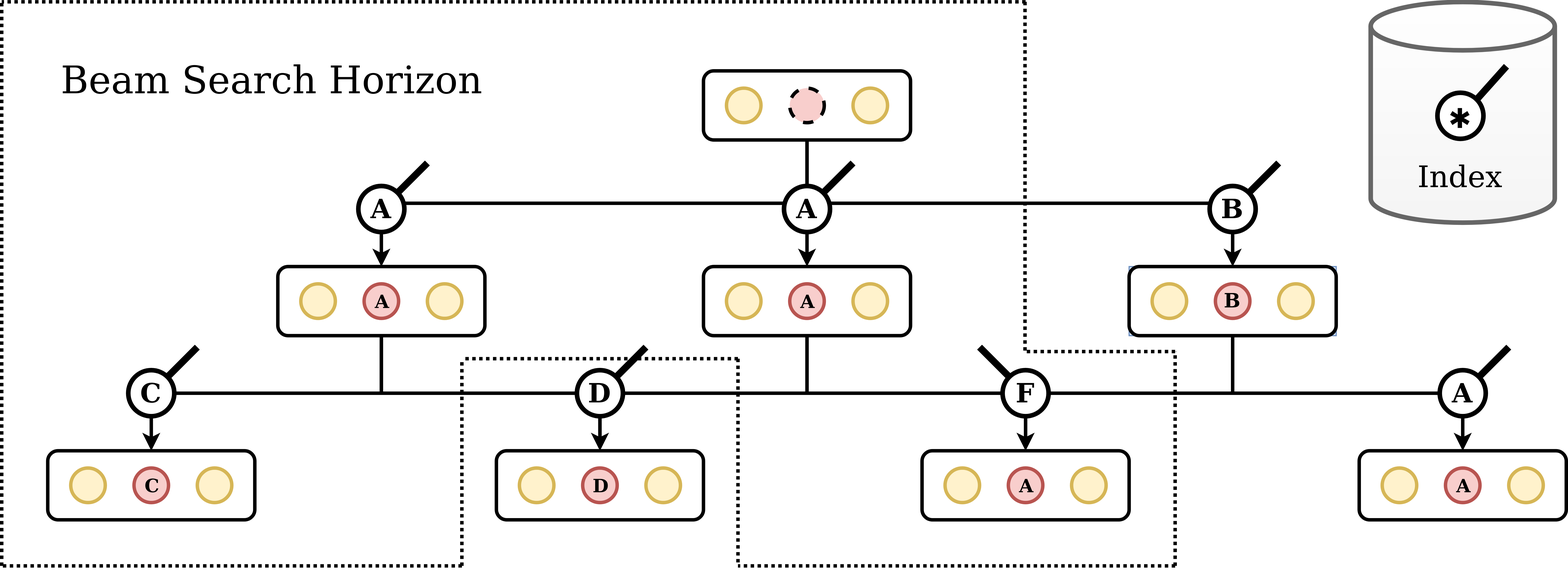
breandan/breandan keeps this draw.io diagram as paperwork/research_proposal/architecture.png. Above is the earlier version. Source tidied: cells renumbered, new cells last; positions are measured from the earlier drawing's top-left corner, leaving out a move shared by most shapes.
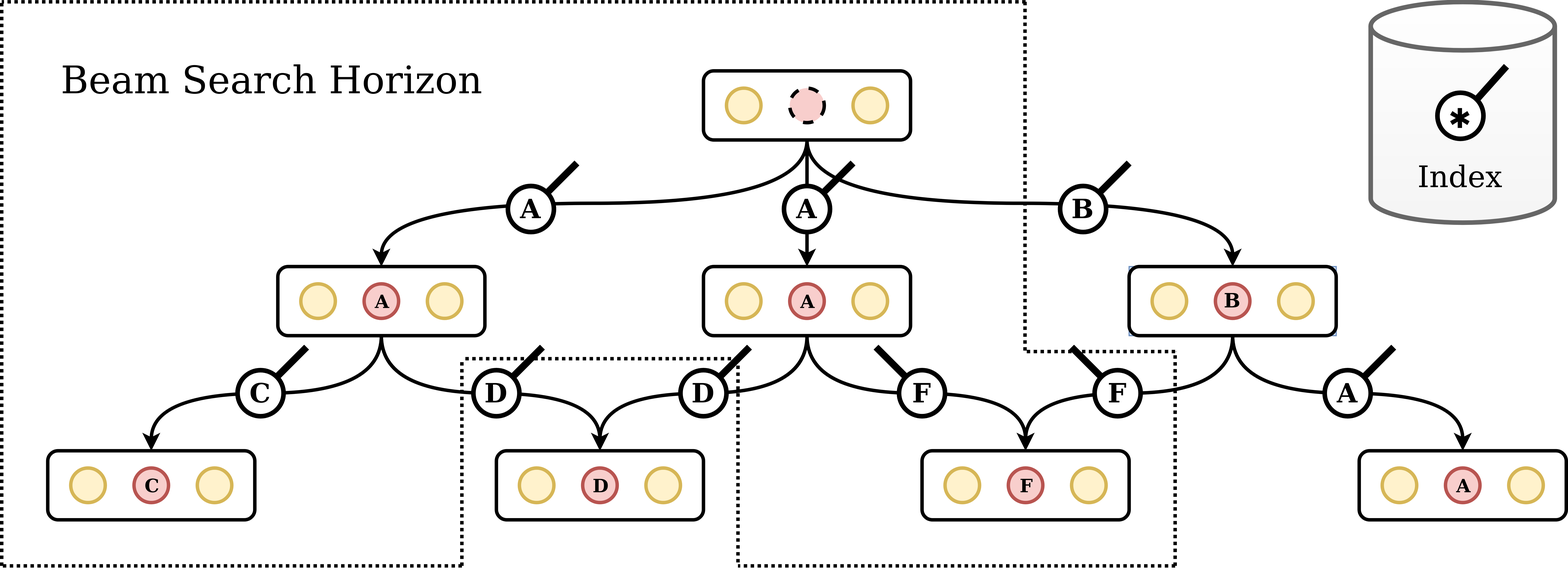
Above is the later version.

Commit message:
update architecture diagram

Diff of the diagram source:
```diff
@@ -62,44 +62,33 @@
     <mxCell id="21" style="ellipse;whiteSpace=wrap;html=1;strokeWidth=3;fillColor=#fff2cc;strokeColor=#d6b656;" parent="17" vertex="1">
       <mxGeometry x="130" y="15" width="30" height="30" as="geometry" />
     </mxCell>
-    <mxCell id="22" style="edgeStyle=orthogonalEdgeStyle;rounded=0;jettySize=auto;html=1;exitX=0.5;exitY=1;exitDx=0;exitDy=0;entryX=0.5;entryY=0;entryDx=0;entryDy=0;strokeWidth=3;" parent="1" edge="1" source="3" target="13">
+    <mxCell id="22" style="edgeStyle=orthogonalEdgeStyle;rounded=0;jettySize=auto;html=1;exitX=0.5;exitY=1;exitDx=0;exitDy=0;entryX=0.5;entryY=0;entryDx=0;entryDy=0;strokeWidth=3;curved=1;" parent="1" edge="1" source="3" target="13">
       <mxGeometry relative="1" as="geometry" />
     </mxCell>
-    <mxCell id="23" style="edgeStyle=orthogonalEdgeStyle;rounded=0;jettySize=auto;html=1;exitX=0.5;exitY=1;exitDx=0;exitDy=0;entryX=0.5;entryY=0;entryDx=0;entryDy=0;strokeWidth=3;" parent="1" edge="1" source="3" target="18">
+    <mxCell id="23" style="edgeStyle=orthogonalEdgeStyle;rounded=0;jettySize=auto;html=1;exitX=0.5;exitY=1;exitDx=0;exitDy=0;entryX=0.5;entryY=0;entryDx=0;entryDy=0;strokeWidth=3;curved=1;" parent="1" edge="1" source="3" target="18">
       <mxGeometry relative="1" as="geometry" />
     </mxCell>
-    <mxCell id="24" style="edgeStyle=orthogonalEdgeStyle;rounded=0;jettySize=auto;html=1;exitX=0.5;exitY=1;exitDx=0;exitDy=0;entryX=0.5;entryY=0;entryDx=0;entryDy=0;strokeWidth=3;" parent="1" edge="1" source="3" target="8">
+    <mxCell id="24" style="edgeStyle=orthogonalEdgeStyle;rounded=0;jettySize=auto;html=1;exitX=0.5;exitY=1;exitDx=0;exitDy=0;entryX=0.5;entryY=0;entryDx=0;entryDy=0;strokeWidth=3;curved=1;" parent="1" edge="1" source="3" target="8">
       <mxGeometry relative="1" as="geometry" />
     </mxCell>
-    <mxCell id="25" style="edgeStyle=orthogonalEdgeStyle;rounded=0;jettySize=auto;html=1;exitX=0.5;exitY=1;exitDx=0;exitDy=0;strokeWidth=3;entryX=0.5;entryY=0;entryDx=0;entryDy=0;" parent="1" edge="1" source="8" target="43">
+    <mxCell id="25" style="edgeStyle=orthogonalEdgeStyle;rounded=0;jettySize=auto;html=1;exitX=0.5;exitY=1;exitDx=0;exitDy=0;strokeWidth=3;entryX=0.5;entryY=0;entryDx=0;entryDy=0;curved=1;" parent="1" edge="1" source="8" target="43">
       <mxGeometry relative="1" as="geometry" />
     </mxCell>
-    <mxCell id="26" style="edgeStyle=orthogonalEdgeStyle;rounded=0;jettySize=auto;html=1;exitX=0.5;exitY=1;exitDx=0;exitDy=0;strokeWidth=3;entryX=0.5;entryY=0;entryDx=0;entryDy=0;" parent="1" edge="1" source="18" target="53">
+    <mxCell id="26" style="edgeStyle=orthogonalEdgeStyle;rounded=0;jettySize=auto;html=1;exitX=0.5;exitY=1;exitDx=0;exitDy=0;strokeWidth=3;entryX=0.5;entryY=0;entryDx=0;entryDy=0;curved=1;" parent="1" edge="1" source="18" target="53">
       <mxGeometry relative="1" as="geometry" />
     </mxCell>
-    <mxCell id="27" style="edgeStyle=orthogonalEdgeStyle;rounded=0;jettySize=auto;html=1;exitX=0.5;exitY=1;exitDx=0;exitDy=0;strokeWidth=3;entryX=0.5;entryY=0;entryDx=0;entryDy=0;" parent="1" edge="1" source="13" target="43">
+    <mxCell id="27" style="edgeStyle=orthogonalEdgeStyle;rounded=0;jettySize=auto;html=1;exitX=0.5;exitY=1;exitDx=0;exitDy=0;strokeWidth=3;entryX=0.5;entryY=0;entryDx=0;entryDy=0;curved=1;" parent="1" edge="1" source="13" target="43">
       <mxGeometry relative="1" as="geometry" />
     </mxCell>
-    <mxCell id="28" style="edgeStyle=orthogonalEdgeStyle;rounded=0;jettySize=auto;html=1;exitX=0.5;exitY=1;exitDx=0;exitDy=0;strokeWidth=3;entryX=0.5;entryY=0;entryDx=0;entryDy=0;" parent="1" edge="1" source="13" target="53">
+    <mxCell id="28" style="edgeStyle=orthogonalEdgeStyle;rounded=0;jettySize=auto;html=1;exitX=0.5;exitY=1;exitDx=0;exitDy=0;strokeWidth=3;entryX=0.5;entryY=0;entryDx=0;entryDy=0;curved=1;" parent="1" edge="1" source="13" target="53">
       <mxGeometry relative="1" as="geometry" />
     </mxCell>
-    <mxCell id="29" style="edgeStyle=orthogonalEdgeStyle;rounded=0;jettySize=auto;html=1;exitX=0.5;exitY=1;exitDx=0;exitDy=0;strokeWidth=3;entryX=0.5;entryY=0;entryDx=0;entryDy=0;" parent="1" edge="1" source="8" target="48">
+    <mxCell id="29" style="edgeStyle=orthogonalEdgeStyle;rounded=0;jettySize=auto;html=1;exitX=0.5;exitY=1;exitDx=0;exitDy=0;strokeWidth=3;entryX=0.5;entryY=0;entryDx=0;entryDy=0;curved=1;" parent="1" edge="1" source="8" target="48">
       <mxGeometry relative="1" as="geometry" />
     </mxCell>
-    <mxCell id="30" style="edgeStyle=orthogonalEdgeStyle;rounded=0;jettySize=auto;html=1;exitX=0.5;exitY=1;exitDx=0;exitDy=0;strokeWidth=3;entryX=0.5;entryY=0;entryDx=0;entryDy=0;" parent="1" edge="1" source="18" target="66">
+    <mxCell id="30" style="edgeStyle=orthogonalEdgeStyle;rounded=0;jettySize=auto;html=1;exitX=0.5;exitY=1;exitDx=0;exitDy=0;strokeWidth=3;entryX=0.5;entryY=0;entryDx=0;entryDy=0;curved=1;" parent="1" edge="1" source="18" target="66">
       <mxGeometry relative="1" as="geometry" />
     </mxCell>
-    <mxCell id="31" style="group;" parent="1" vertex="1">
-      <mxGeometry x="310" y="160" width="60" height="60" as="geometry" />
-    </mxCell>
-    <mxCell id="32" value="&lt;b&gt;&lt;font style=&quot;font-size: 23px&quot; face=&quot;Tahoma&quot;&gt;A&lt;/font&gt;&lt;/b&gt;" style="ellipse;whiteSpace=wrap;html=1;strokeWidth=4;gradientDirection=north;" parent="31" vertex="1">
-      <mxGeometry width="40" height="40" as="geometry" />
-    </mxCell>
-    <mxCell id="33" style="edgeStyle=none;rounded=0;jettySize=auto;html=1;exitX=1;exitY=0;exitDx=0;exitDy=0;endArrow=none;endFill=0;strokeWidth=6;" parent="1" edge="1" source="32">
-      <mxGeometry relative="1" as="geometry">
-        <mxPoint x="370" y="140" as="targetPoint" />
-      </mxGeometry>
-    </mxCell>
     <mxCell id="34" style="group;" parent="1" vertex="1">
       <mxGeometry x="680" y="140" width="60" height="80" as="geometry" />
     </mxCell>
@@ -115,15 +104,18 @@
       </mxGeometry>
     </mxCell>
     <mxCell id="38" style="group;" parent="1" vertex="1">
-      <mxGeometry x="1050" y="140" width="60" height="80" as="geometry" />
+      <mxGeometry x="920" y="140" width="60" height="80" as="geometry" />
     </mxCell>
+    <mxCell id="94" style="group;" parent="38" vertex="1">
+      <mxGeometry width="60" height="80" as="geometry" />
+    </mxCell>
-    <mxCell id="39" style="group;" parent="38" vertex="1">
+    <mxCell id="39" style="group;" parent="94" vertex="1">
       <mxGeometry y="20" width="60" height="60" as="geometry" />
     </mxCell>
     <mxCell id="40" value="&lt;b&gt;&lt;font style=&quot;font-size: 23px&quot; face=&quot;Tahoma&quot;&gt;B&lt;/font&gt;&lt;/b&gt;" style="ellipse;whiteSpace=wrap;html=1;strokeWidth=4;gradientDirection=north;" parent="39" vertex="1">
       <mxGeometry width="40" height="40" as="geometry" />
     </mxCell>
-    <mxCell id="41" style="edgeStyle=none;rounded=0;jettySize=auto;html=1;exitX=1;exitY=0;exitDx=0;exitDy=0;endArrow=none;endFill=0;strokeWidth=6;" parent="38" edge="1" source="40">
+    <mxCell id="41" style="edgeStyle=none;rounded=0;jettySize=auto;html=1;exitX=1;exitY=0;exitDx=0;exitDy=0;endArrow=none;endFill=0;strokeWidth=6;" parent="94" edge="1" source="40">
       <mxGeometry relative="1" as="geometry">
         <mxPoint x="60" as="targetPoint" />
       </mxGeometry>
@@ -167,36 +159,25 @@
     <mxCell id="54" style="ellipse;whiteSpace=wrap;html=1;strokeWidth=3;fillColor=#fff2cc;strokeColor=#d6b656;" parent="52" vertex="1">
       <mxGeometry x="20" y="15" width="30" height="30" as="geometry" />
     </mxCell>
-    <mxCell id="55" value="&lt;b&gt;&lt;font style=&quot;font-size: 16px&quot; face=&quot;Tahoma&quot;&gt;&lt;font style=&quot;font-size: 6px&quot;&gt;&amp;nbsp;&lt;/font&gt;A&lt;/font&gt;&lt;/b&gt;" style="ellipse;whiteSpace=wrap;html=1;strokeWidth=3;fillColor=#f8cecc;strokeColor=#b85450;" parent="52" vertex="1">
+    <mxCell id="55" value="&lt;b&gt;&lt;font style=&quot;font-size: 16px&quot; face=&quot;Tahoma&quot;&gt;&lt;font style=&quot;font-size: 6px&quot;&gt;&amp;nbsp;&lt;/font&gt;F&lt;/font&gt;&lt;/b&gt;" style="ellipse;whiteSpace=wrap;html=1;strokeWidth=3;fillColor=#f8cecc;strokeColor=#b85450;" parent="52" vertex="1">
       <mxGeometry x="75" y="15" width="30" height="30" as="geometry" />
     </mxCell>
     <mxCell id="56" style="ellipse;whiteSpace=wrap;html=1;strokeWidth=3;fillColor=#fff2cc;strokeColor=#d6b656;" parent="52" vertex="1">
       <mxGeometry x="130" y="15" width="30" height="30" as="geometry" />
     </mxCell>
-    <mxCell id="57" style="group;" parent="1" vertex="1">
-      <mxGeometry x="110" y="300" width="60" height="80" as="geometry" />
-    </mxCell>
-    <mxCell id="58" style="group;" parent="57" vertex="1">
-      <mxGeometry y="20" width="60" height="60" as="geometry" />
-    </mxCell>
-    <mxCell id="59" value="&lt;b&gt;&lt;font style=&quot;font-size: 23px&quot; face=&quot;Tahoma&quot;&gt;C&lt;/font&gt;&lt;/b&gt;" style="ellipse;whiteSpace=wrap;html=1;strokeWidth=4;gradientDirection=north;" parent="58" vertex="1">
-      <mxGeometry width="40" height="40" as="geometry" />
-    </mxCell>
-    <mxCell id="60" style="edgeStyle=none;rounded=0;jettySize=auto;html=1;exitX=1;exitY=0;exitDx=0;exitDy=0;endArrow=none;endFill=0;strokeWidth=6;" parent="57" edge="1" source="59">
-      <mxGeometry relative="1" as="geometry">
-        <mxPoint x="60" as="targetPoint" />
-      </mxGeometry>
-    </mxCell>
     <mxCell id="61" style="group;" parent="1" vertex="1">
       <mxGeometry x="500" y="300" width="60" height="80" as="geometry" />
     </mxCell>
+    <mxCell id="95" style="group;" parent="61" vertex="1">
+      <mxGeometry x="-90" width="60" height="80" as="geometry" />
+    </mxCell>
-    <mxCell id="62" style="group;" parent="61" vertex="1">
+    <mxCell id="62" style="group;" parent="95" vertex="1">
       <mxGeometry y="20" width="60" height="60" as="geometry" />
     </mxCell>
     <mxCell id="63" value="&lt;b&gt;&lt;font style=&quot;font-size: 23px&quot; face=&quot;Tahoma&quot;&gt;D&lt;/font&gt;&lt;/b&gt;" style="ellipse;whiteSpace=wrap;html=1;strokeWidth=4;gradientDirection=north;" parent="62" vertex="1">
       <mxGeometry width="40" height="40" as="geometry" />
     </mxCell>
-    <mxCell id="64" style="edgeStyle=none;rounded=0;jettySize=auto;html=1;exitX=1;exitY=0;exitDx=0;exitDy=0;endArrow=none;endFill=0;strokeWidth=6;" parent="61" edge="1" source="63">
+    <mxCell id="64" style="edgeStyle=none;rounded=0;jettySize=auto;html=1;exitX=1;exitY=0;exitDx=0;exitDy=0;endArrow=none;endFill=0;strokeWidth=6;" parent="95" edge="1" source="63">
       <mxGeometry relative="1" as="geometry">
         <mxPoint x="60" as="targetPoint" />
       </mxGeometry>
@@ -220,25 +201,25 @@
       <mxGeometry x="1250" y="300" width="60" height="80" as="geometry" />
     </mxCell>
     <mxCell id="71" style="group;" parent="70" vertex="1">
-      <mxGeometry y="20" width="60" height="60" as="geometry" />
+      <mxGeometry x="-100" y="20" width="60" height="60" as="geometry" />
     </mxCell>
     <mxCell id="72" value="&lt;b&gt;&lt;font style=&quot;font-size: 23px&quot; face=&quot;Tahoma&quot;&gt;A&lt;/font&gt;&lt;/b&gt;" style="ellipse;whiteSpace=wrap;html=1;strokeWidth=4;gradientDirection=north;" parent="71" vertex="1">
       <mxGeometry width="40" height="40" as="geometry" />
     </mxCell>
     <mxCell id="73" style="edgeStyle=none;rounded=0;jettySize=auto;html=1;exitX=1;exitY=0;exitDx=0;exitDy=0;endArrow=none;endFill=0;strokeWidth=6;" parent="70" edge="1" source="72">
       <mxGeometry relative="1" as="geometry">
-        <mxPoint x="60" as="targetPoint" />
+        <mxPoint x="-40" as="targetPoint" />
       </mxGeometry>
     </mxCell>
     <mxCell id="74" style="group;" parent="1" vertex="1">
-      <mxGeometry x="870" y="320" width="60" height="60" as="geometry" />
+      <mxGeometry x="780" y="320" width="60" height="60" as="geometry" />
     </mxCell>
     <mxCell id="75" value="&lt;b&gt;&lt;font style=&quot;font-size: 23px&quot; face=&quot;Tahoma&quot;&gt;F&lt;/font&gt;&lt;/b&gt;" style="ellipse;whiteSpace=wrap;html=1;strokeWidth=4;gradientDirection=north;" parent="74" vertex="1">
       <mxGeometry width="40" height="40" as="geometry" />
     </mxCell>
     <mxCell id="76" style="edgeStyle=none;rounded=0;jettySize=auto;html=1;exitX=0;exitY=0;exitDx=0;exitDy=0;endArrow=none;endFill=0;strokeWidth=6;" parent="1" edge="1" source="75">
       <mxGeometry relative="1" as="geometry">
-        <mxPoint x="850" y="300" as="targetPoint" />
+        <mxPoint x="760" y="300" as="targetPoint" />
       </mxGeometry>
     </mxCell>
     <mxCell id="77" style="endArrow=none;dashed=1;html=1;dashPattern=1 1;strokeWidth=3;sketch=0;" parent="1" edge="1">
@@ -324,5 +305,58 @@
     <mxCell id="93" value="&lt;div style=&quot;font-size: 26px&quot;&gt;&lt;font style=&quot;font-size: 26px&quot; face=&quot;Tahoma&quot;&gt;Index&lt;/font&gt;&lt;/div&gt;" style="text;html=1;strokeColor=none;fillColor=none;align=center;verticalAlign=middle;whiteSpace=wrap;rounded=0;dashed=1;dashPattern=1 1;" parent="1" vertex="1">
       <mxGeometry x="1203.8" y="143" width="127.5" height="16.6" as="geometry" />
     </mxCell>
+    <mxCell id="96" style="group;" parent="1" vertex="1">
+      <mxGeometry x="440" y="140" width="60" height="80" as="geometry" />
+    </mxCell>
+    <mxCell id="31" style="group;" parent="96" vertex="1">
+      <mxGeometry y="20" width="60" height="60" as="geometry" />
+    </mxCell>
+    <mxCell id="32" value="&lt;b&gt;&lt;font style=&quot;font-size: 23px&quot; face=&quot;Tahoma&quot;&gt;A&lt;/font&gt;&lt;/b&gt;" style="ellipse;whiteSpace=wrap;html=1;strokeWidth=4;gradientDirection=north;" parent="31" vertex="1">
+      <mxGeometry width="40" height="40" as="geometry" />
+    </mxCell>
+    <mxCell id="33" style="edgeStyle=none;rounded=0;jettySize=auto;html=1;exitX=1;exitY=0;exitDx=0;exitDy=0;endArrow=none;endFill=0;strokeWidth=6;" parent="96" edge="1" source="32">
+      <mxGeometry relative="1" as="geometry">
+        <mxPoint x="60" as="targetPoint" />
+      </mxGeometry>
+    </mxCell>
+    <mxCell id="97" style="group;" parent="1" vertex="1">
+      <mxGeometry x="590" y="300" width="60" height="80" as="geometry" />
+    </mxCell>
+    <mxCell id="98" style="group;" parent="97" vertex="1">
+      <mxGeometry y="20" width="60" height="60" as="geometry" />
+    </mxCell>
+    <mxCell id="99" value="&lt;b&gt;&lt;font style=&quot;font-size: 23px&quot; face=&quot;Tahoma&quot;&gt;D&lt;/font&gt;&lt;/b&gt;" style="ellipse;whiteSpace=wrap;html=1;strokeWidth=4;gradientDirection=north;" parent="98" vertex="1">
+      <mxGeometry width="40" height="40" as="geometry" />
+    </mxCell>
+    <mxCell id="100" style="edgeStyle=none;rounded=0;jettySize=auto;html=1;exitX=1;exitY=0;exitDx=0;exitDy=0;endArrow=none;endFill=0;strokeWidth=6;" parent="97" edge="1" source="99">
+      <mxGeometry relative="1" as="geometry">
+        <mxPoint x="60" as="targetPoint" />
+      </mxGeometry>
+    </mxCell>
+    <mxCell id="57" style="group;" parent="1" vertex="1">
+      <mxGeometry x="205" y="300" width="60" height="80" as="geometry" />
+    </mxCell>
+    <mxCell id="58" style="group;" parent="57" vertex="1">
+      <mxGeometry y="20" width="60" height="60" as="geometry" />
+    </mxCell>
+    <mxCell id="59" value="&lt;b&gt;&lt;font style=&quot;font-size: 23px&quot; face=&quot;Tahoma&quot;&gt;C&lt;/font&gt;&lt;/b&gt;" style="ellipse;whiteSpace=wrap;html=1;strokeWidth=4;gradientDirection=north;" parent="58" vertex="1">
+      <mxGeometry width="40" height="40" as="geometry" />
+    </mxCell>
+    <mxCell id="60" style="edgeStyle=none;rounded=0;jettySize=auto;html=1;exitX=1;exitY=0;exitDx=0;exitDy=0;endArrow=none;endFill=0;strokeWidth=6;" parent="57" edge="1" source="59">
+      <mxGeometry relative="1" as="geometry">
+        <mxPoint x="60" as="targetPoint" />
+      </mxGeometry>
+    </mxCell>
+    <mxCell id="101" style="group;" parent="1" vertex="1">
+      <mxGeometry x="950" y="320" width="60" height="60" as="geometry" />
+    </mxCell>
+    <mxCell id="102" value="&lt;b&gt;&lt;font style=&quot;font-size: 23px&quot; face=&quot;Tahoma&quot;&gt;F&lt;/font&gt;&lt;/b&gt;" style="ellipse;whiteSpace=wrap;html=1;strokeWidth=4;gradientDirection=north;" parent="101" vertex="1">
+      <mxGeometry width="40" height="40" as="geometry" />
+    </mxCell>
+    <mxCell id="103" style="edgeStyle=none;rounded=0;jettySize=auto;html=1;exitX=0;exitY=0;exitDx=0;exitDy=0;endArrow=none;endFill=0;strokeWidth=6;" parent="1" edge="1" source="102">
+      <mxGeometry relative="1" as="geometry">
+        <mxPoint x="930" y="300" as="targetPoint" />
+      </mxGeometry>
+    </mxCell>
   </root>
 </mxGraphModel>
```
